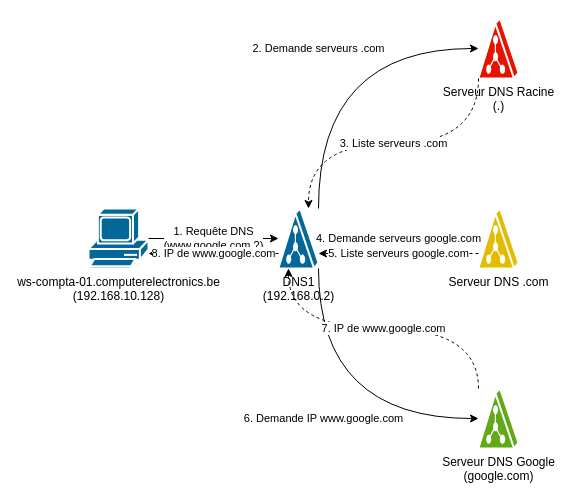
choquitofrito/ActiveDirectory keeps this draw.io diagram as diagrams/dns_resolution_fileserver.drawio. Above is the earlier version. Source tidied: cells renumbered, new cells numbered last; positions are measured from the earlier drawing's top-left corner, leaving out a move shared by most shapes. Both pictures are drawn from the tidied source at 100%, with x=0, y=0 at pixel (88, 18).
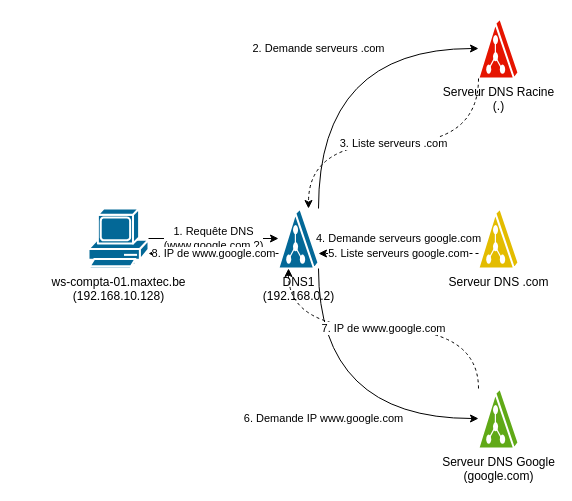
The same page after the edit.

Change to the diagram source:
```diff
@@
 <mxGraphModel>
   <root>
     <mxCell id="0" />
     <mxCell id="1" parent="0" />
-    <mxCell id="2" value="ws-compta-01.computerelectronics.be&#10;(192.168.10.128)" style="shape=mxgraph.cisco.computers_and_peripherals.pc;html=1;dashed=0;fillColor=#036897;strokeColor=#ffffff;strokeWidth=2;verticalLabelPosition=bottom;verticalAlign=top;align=center;outlineConnect=0;" parent="1" vertex="1">
+    <mxCell id="2" value="ws-compta-01.maxtec.be&#10;(192.168.10.128)" style="shape=mxgraph.cisco.computers_and_peripherals.pc;html=1;dashed=0;fillColor=#036897;strokeColor=#ffffff;strokeWidth=2;verticalLabelPosition=bottom;verticalAlign=top;align=center;outlineConnect=0;" parent="1" vertex="1">
       <mxGeometry y="190" width="60" height="60" as="geometry" />
     </mxCell>
     <mxCell id="3" value="DNS1&#10;(192.168.0.2)" style="shape=mxgraph.cisco.servers.directory_server;html=1;dashed=0;fillColor=#036897;strokeColor=#ffffff;strokeWidth=2;verticalLabelPosition=bottom;verticalAlign=top;align=center;outlineConnect=0;" parent="1" vertex="1">
       <mxGeometry x="190" y="190" width="40" height="60" as="geometry" />
     </mxCell>
     <mxCell id="4" value="Serveur DNS Racine&#10;(.)" style="shape=mxgraph.cisco.servers.directory_server;html=1;dashed=0;fillColor=#e51400;strokeColor=#ffffff;strokeWidth=2;verticalLabelPosition=bottom;verticalAlign=top;align=center;outlineConnect=0;" parent="1" vertex="1">
       <mxGeometry x="390" width="40" height="60" as="geometry" />
     </mxCell>
     <mxCell id="5" value="Serveur DNS .com" style="shape=mxgraph.cisco.servers.directory_server;html=1;dashed=0;fillColor=#e3bc00;strokeColor=#ffffff;strokeWidth=2;verticalLabelPosition=bottom;verticalAlign=top;align=center;outlineConnect=0;" parent="1" vertex="1">
       <mxGeometry x="390" y="190" width="40" height="60" as="geometry" />
     </mxCell>
     <mxCell id="6" value="Serveur DNS Google&#10;(google.com)" style="shape=mxgraph.cisco.servers.directory_server;html=1;dashed=0;fillColor=#60a917;strokeColor=#ffffff;strokeWidth=2;verticalLabelPosition=bottom;verticalAlign=top;align=center;outlineConnect=0;" parent="1" vertex="1">
       <mxGeometry x="390" y="370" width="40" height="60" as="geometry" />
     </mxCell>
     <mxCell id="7" value="1. Requête DNS&#10;(www.google.com ?)" style="edgeStyle=orthogonalEdgeStyle;rounded=0;jettySize=auto;html=1;exitX=1;exitY=0.5;entryX=0;entryY=0.5;" parent="1" edge="1" source="2" target="3">
       <mxGeometry relative="1" as="geometry" />
     </mxCell>
     <mxCell id="8" value="2. Demande serveurs .com" style="edgeStyle=orthogonalEdgeStyle;rounded=0;jettySize=auto;html=1;exitX=1;exitY=0;entryX=0;entryY=0.5;curved=1;" parent="1" edge="1" source="3" target="4">
       <mxGeometry relative="1" as="geometry">
         <Array as="points">
           <mxPoint x="230" y="30" />
         </Array>
       </mxGeometry>
     </mxCell>
     <mxCell id="9" value="3. Liste serveurs .com" style="edgeStyle=orthogonalEdgeStyle;rounded=0;jettySize=auto;html=1;exitX=0;exitY=1;entryX=0.75;entryY=0;dashed=1;curved=1;" parent="1" edge="1" source="4" target="3">
       <mxGeometry relative="1" as="geometry" />
     </mxCell>
     <mxCell id="10" value="4. Demande serveurs google.com" style="edgeStyle=orthogonalEdgeStyle;rounded=0;jettySize=auto;html=1;exitX=1;exitY=0.5;entryX=0;entryY=0.5;" parent="1" edge="1" source="3" target="5">
       <mxGeometry relative="1" as="geometry" />
     </mxCell>
     <mxCell id="11" value="5. Liste serveurs google.com" style="edgeStyle=orthogonalEdgeStyle;rounded=0;jettySize=auto;html=1;exitX=0;exitY=0.75;entryX=1;entryY=0.75;dashed=1;" parent="1" edge="1" source="5" target="3">
       <mxGeometry relative="1" as="geometry" />
     </mxCell>
     <mxCell id="12" value="6. Demande IP www.google.com" style="edgeStyle=orthogonalEdgeStyle;rounded=0;jettySize=auto;html=1;exitX=1;exitY=1;entryX=0;entryY=0.5;curved=1;" parent="1" edge="1" source="3" target="6">
       <mxGeometry relative="1" as="geometry">
         <Array as="points">
           <mxPoint x="230" y="400" />
         </Array>
       </mxGeometry>
     </mxCell>
     <mxCell id="13" value="7. IP de www.google.com" style="edgeStyle=orthogonalEdgeStyle;rounded=0;jettySize=auto;html=1;exitX=0;exitY=0;entryX=0.25;entryY=1;dashed=1;curved=1;" parent="1" edge="1" source="6" target="3">
       <mxGeometry relative="1" as="geometry" />
     </mxCell>
     <mxCell id="14" value="8. IP de www.google.com" style="edgeStyle=orthogonalEdgeStyle;rounded=0;jettySize=auto;html=1;exitX=0;exitY=0.75;entryX=1;entryY=0.75;dashed=1;" parent="1" edge="1" source="3" target="2">
       <mxGeometry relative="1" as="geometry" />
     </mxCell>
   </root>
 </mxGraphModel>
```
